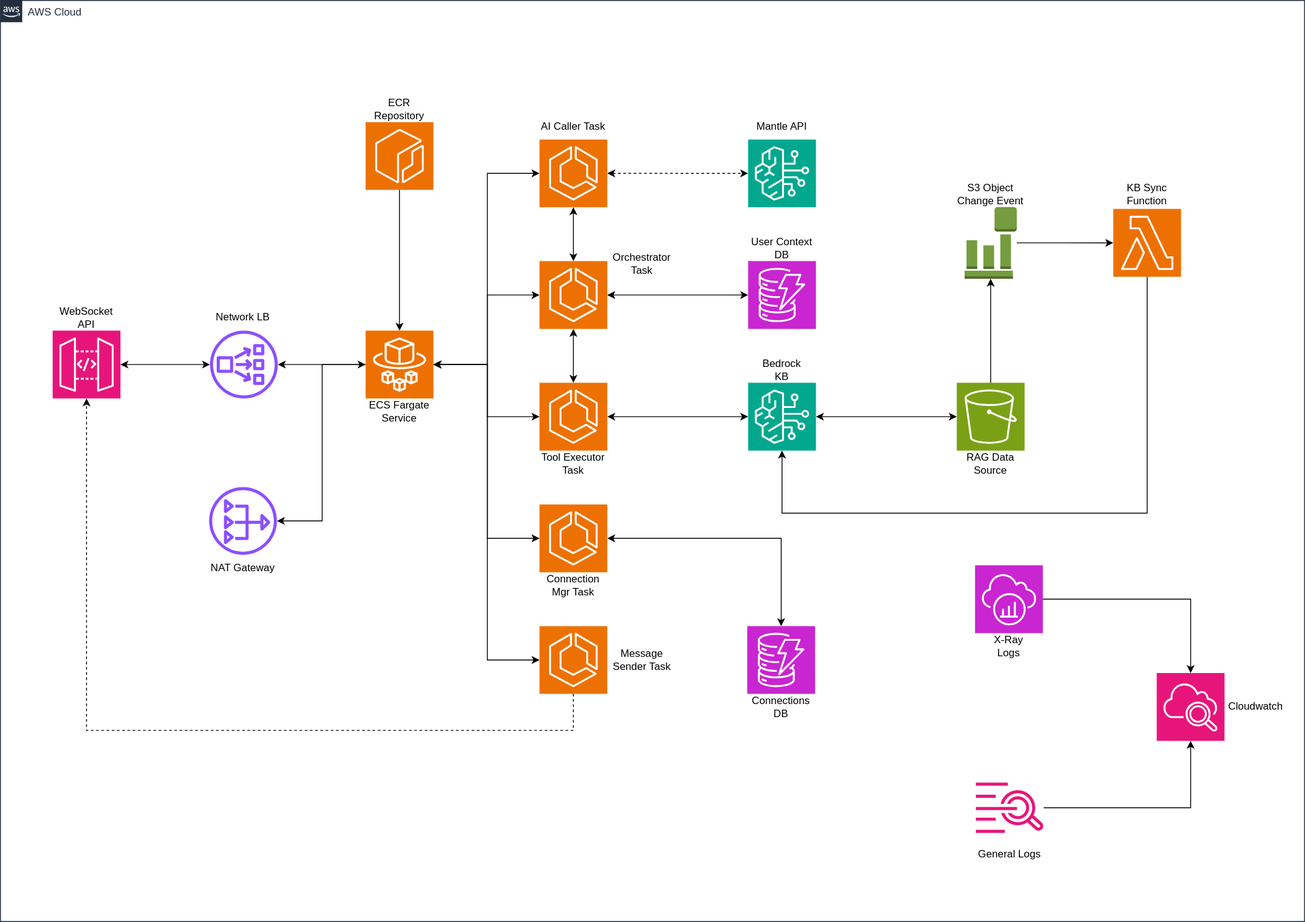
enriqTS/internal-repos-proj keeps this draw.io diagram as templates/chatbot-rag-mantle-ecs-ws-streaming/docs/arquitetura/chatbot-mantle-ecs-ws-streaming.drawio.svg. Above is the earlier version. Source tidied: cells renumbered, new cells last; positions are measured from the earlier drawing's top-left corner, leaving out a move shared by most shapes.
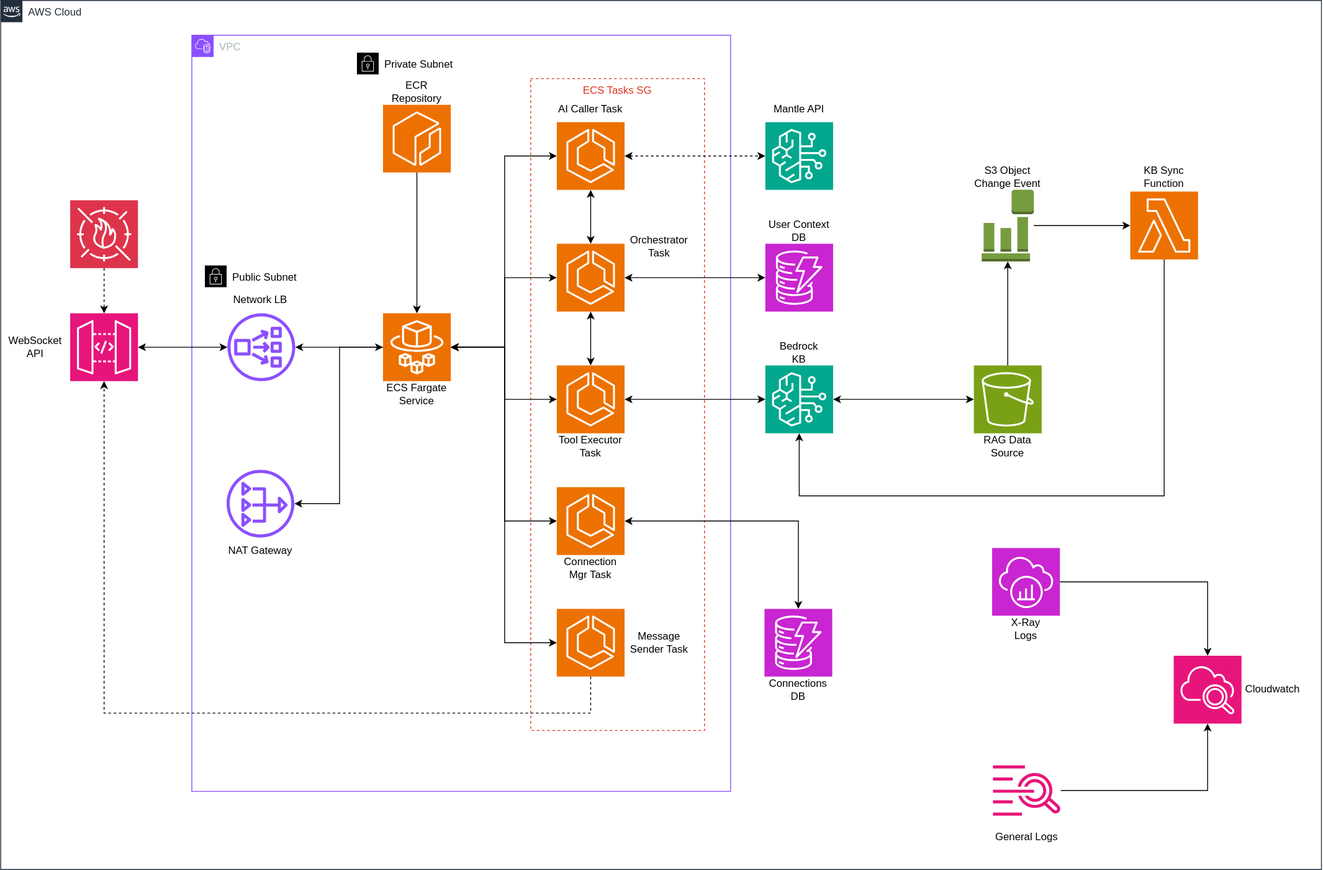
The same diagram one commit later.

What changed in the source:
```diff
@@ -3,13 +3,25 @@
     <mxCell id="0" />
     <mxCell id="1" parent="0" />
     <mxCell id="2" value="AWS Cloud" style="gradientColor=none;html=1;whiteSpace=wrap;fontSize=12;fontStyle=0;shape=mxgraph.aws4.group;grIcon=mxgraph.aws4.group_aws_cloud_alt;strokeColor=#232F3E;fillColor=none;verticalAlign=top;align=left;spacingLeft=30;fontColor=#232F3E;dashed=0;" parent="1" vertex="1">
-      <mxGeometry width="1500" height="1060" as="geometry" />
+      <mxGeometry x="-20" y="20" width="1520" height="1000" as="geometry" />
     </mxCell>
+    <mxCell id="65" value="VPC" style="gradientColor=none;html=1;whiteSpace=wrap;fontSize=12;fontStyle=0;shape=mxgraph.aws4.group;grIcon=mxgraph.aws4.group_vpc2;strokeColor=#8C4FFF;fillColor=none;verticalAlign=top;align=left;spacingLeft=30;fontColor=#AAB7B8;dashed=0;" parent="1" vertex="1">
+      <mxGeometry x="200" y="60" width="620" height="870" as="geometry" />
+    </mxCell>
+    <mxCell id="66" value="Public Subnet" style="html=1;whiteSpace=wrap;fontSize=12;fontStyle=0;shape=mxgraph.aws4.group;grIcon=mxgraph.aws4.group_security_group;grStroke=0;verticalAlign=top;align=left;spacingLeft=30;dashed=0;" parent="1" vertex="1">
+      <mxGeometry x="215" y="325" width="160" height="370" as="geometry" />
+    </mxCell>
+    <mxCell id="67" value="Private Subnet" style="html=1;whiteSpace=wrap;fontSize=12;fontStyle=0;shape=mxgraph.aws4.group;grIcon=mxgraph.aws4.group_security_group;grStroke=0;verticalAlign=top;align=left;spacingLeft=30;dashed=0;" parent="1" vertex="1">
+      <mxGeometry x="390" y="80" width="350" height="770" as="geometry" />
+    </mxCell>
+    <mxCell id="68" value="ECS Tasks SG" style="fillColor=none;strokeColor=#DD3522;verticalAlign=top;fontStyle=0;fontColor=#DD3522;whiteSpace=wrap;html=1;dashed=1;" parent="1" vertex="1">
+      <mxGeometry x="590" y="110" width="200" height="750" as="geometry" />
+    </mxCell>
     <mxCell id="3" style="sketch=0;points=[[0,0,0],[0.25,0,0],[0.5,0,0],[0.75,0,0],[1,0,0],[0,1,0],[0.25,1,0],[0.5,1,0],[0.75,1,0],[1,1,0],[0,0.25,0],[0,0.5,0],[0,0.75,0],[1,0.25,0],[1,0.5,0],[1,0.75,0]];outlineConnect=0;fontColor=#232F3E;fillColor=#E7157B;strokeColor=#ffffff;dashed=0;verticalLabelPosition=bottom;verticalAlign=top;align=center;html=1;fontSize=12;fontStyle=0;shape=mxgraph.aws4.resourceIcon;resIcon=mxgraph.aws4.api_gateway;" parent="1" vertex="1">
       <mxGeometry x="60" y="380" width="78" height="78" as="geometry" />
     </mxCell>
     <mxCell id="4" value="WebSocket API" style="text;html=1;whiteSpace=wrap;strokeColor=none;fillColor=none;align=center;verticalAlign=middle;rounded=0;" parent="1" vertex="1">
-      <mxGeometry x="59" y="350" width="80" height="30" as="geometry" />
+      <mxGeometry x="-20" y="404" width="80" height="30" as="geometry" />
     </mxCell>
     <mxCell id="5" value="Network LB" style="text;html=1;whiteSpace=wrap;strokeColor=none;fillColor=none;align=center;verticalAlign=middle;rounded=0;" parent="1" vertex="1">
       <mxGeometry x="244" y="350" width="70" height="30" as="geometry" />
@@ -225,6 +237,12 @@
     <mxCell id="62" style="edgeStyle=orthogonalEdgeStyle;rounded=0;jettySize=auto;html=1;" parent="1" edge="1" source="39" target="35">
       <mxGeometry relative="1" as="geometry" />
     </mxCell>
+    <mxCell id="69" value="AWS WAF (optional)" style="sketch=0;points=[[0,0,0],[0.25,0,0],[0.5,0,0],[0.75,0,0],[1,0,0],[0,1,0],[0.25,1,0],[0.5,1,0],[0.75,1,0],[1,1,0],[0,0.25,0],[0,0.5,0],[0,0.75,0],[1,0.25,0],[1,0.5,0],[1,0.75,0]];outlineConnect=0;fontColor=#FFFFFF;fillColor=#DD344C;strokeColor=#ffffff;dashed=1;verticalLabelPosition=bottom;verticalAlign=top;align=center;html=1;fontSize=12;fontStyle=0;shape=mxgraph.aws4.resourceIcon;resIcon=mxgraph.aws4.waf;" parent="1" vertex="1">
+      <mxGeometry x="60" y="250" width="78" height="78" as="geometry" />
+    </mxCell>
+    <mxCell id="70" style="edgeStyle=orthogonalEdgeStyle;rounded=0;jettySize=auto;html=1;dashed=1;" parent="1" edge="1" source="69" target="3">
+      <mxGeometry relative="1" as="geometry" />
+    </mxCell>
     <mxCell id="63" style="sketch=0;outlineConnect=0;fontColor=#232F3E;gradientColor=none;fillColor=#8C4FFF;strokeColor=none;dashed=0;verticalLabelPosition=bottom;verticalAlign=top;align=center;html=1;fontSize=12;fontStyle=0;shape=mxgraph.aws4.nat_gateway;" parent="1" vertex="1">
       <mxGeometry x="240" y="560" width="78" height="78" as="geometry" />
     </mxCell>
```
